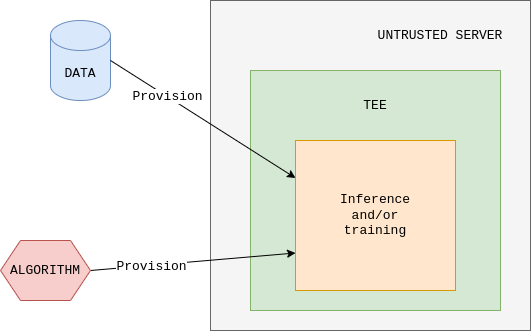
The draw.io diagram img/cc.png in ultravioletrs/website, before a commit. Source tidied: cells renumbered, new cells last; positions are measured from the earlier drawing's top-left corner, leaving out a move shared by most shapes. Source of this version:
```xml
<mxGraphModel>
  <root>
    <mxCell id="0" />
    <mxCell id="1" parent="0" />
    <mxCell id="2" style="rounded=0;whiteSpace=wrap;html=1;fillColor=#f5f5f5;fontColor=#333333;strokeColor=#666666;" parent="1" vertex="1">
      <mxGeometry x="210" width="320" height="330" as="geometry" />
    </mxCell>
    <mxCell id="3" style="rounded=0;whiteSpace=wrap;html=1;fillColor=#d5e8d4;strokeColor=#82b366;" parent="1" vertex="1">
      <mxGeometry x="250" y="70" width="250" height="240" as="geometry" />
    </mxCell>
    <mxCell id="4" value="DATA" style="shape=cylinder3;whiteSpace=wrap;html=1;boundedLbl=1;backgroundOutline=1;size=15;fontFamily=Courier New;fillColor=#dae8fc;strokeColor=#6c8ebf;fontSize=13;" parent="1" vertex="1">
      <mxGeometry x="50" y="20" width="60" height="80" as="geometry" />
    </mxCell>
    <mxCell id="5" value="&lt;font style=&quot;font-size: 13px;&quot;&gt;Inference&lt;br style=&quot;font-size: 13px;&quot;&gt;and/or&lt;br style=&quot;font-size: 13px;&quot;&gt;training&lt;/font&gt;" style="rounded=0;whiteSpace=wrap;html=1;fillColor=#ffe6cc;strokeColor=#d79b00;fontFamily=Courier New;fontSize=13;" parent="1" vertex="1">
      <mxGeometry x="295" y="140" width="160" height="150" as="geometry" />
    </mxCell>
    <mxCell id="6" style="rounded=0;jettySize=auto;html=1;exitX=1;exitY=0.5;exitDx=0;exitDy=0;exitPerimeter=0;entryX=0;entryY=0.25;entryDx=0;entryDy=0;" parent="1" edge="1" source="4" target="5">
      <mxGeometry relative="1" as="geometry" />
    </mxCell>
    <mxCell id="7" value="Provision" style="edgeLabel;html=1;align=center;verticalAlign=middle;fontFamily=Courier New;fontSize=13;" parent="6" vertex="1">
      <mxGeometry x="-0.38" relative="1" as="geometry" />
    </mxCell>
    <mxCell id="8" style="rounded=0;jettySize=auto;html=1;exitX=1;exitY=0.5;exitDx=0;exitDy=0;entryX=0;entryY=0.75;entryDx=0;entryDy=0;" parent="1" edge="1" source="10" target="5">
      <mxGeometry relative="1" as="geometry" />
    </mxCell>
    <mxCell id="9" value="Provision" style="edgeLabel;html=1;align=center;verticalAlign=middle;fontFamily=Courier New;fontSize=13;" parent="8" vertex="1">
      <mxGeometry x="-0.41" y="-1" relative="1" as="geometry" />
    </mxCell>
    <mxCell id="10" value="ALGORITHM" style="shape=hexagon;perimeter=hexagonPerimeter2;whiteSpace=wrap;html=1;fixedSize=1;fontFamily=Courier New;fillColor=#f8cecc;strokeColor=#b85450;fontSize=13;" parent="1" vertex="1">
      <mxGeometry y="240" width="90" height="60" as="geometry" />
    </mxCell>
    <mxCell id="11" value="TEE" style="text;html=1;strokeColor=none;fillColor=none;align=center;verticalAlign=middle;whiteSpace=wrap;rounded=0;fontFamily=Courier New;fontSize=13;" parent="1" vertex="1">
      <mxGeometry x="345" y="90" width="60" height="30" as="geometry" />
    </mxCell>
    <mxCell id="12" value="UNTRUSTED SERVER" style="text;html=1;strokeColor=none;fillColor=none;align=center;verticalAlign=middle;whiteSpace=wrap;rounded=0;fontFamily=Courier New;fontSize=13;" parent="1" vertex="1">
      <mxGeometry x="360" y="20" width="160" height="30" as="geometry" />
    </mxCell>
  </root>
</mxGraphModel>
```
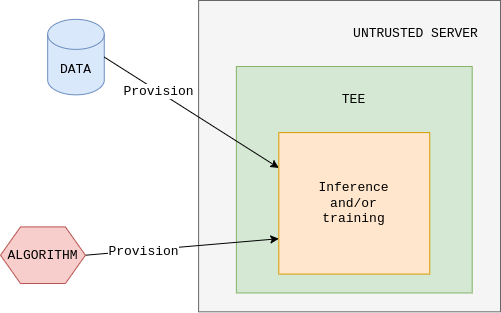
Later version of the same file.

Change to the diagram source:
```diff
@@ -2,38 +2,41 @@
   <root>
     <mxCell id="0" />
     <mxCell id="1" parent="0" />
+    <mxCell id="13" style="group;" parent="1" vertex="1">
+      <mxGeometry width="500" height="311.3" as="geometry" />
+    </mxCell>
-    <mxCell id="2" style="rounded=0;whiteSpace=wrap;html=1;fillColor=#f5f5f5;fontColor=#333333;strokeColor=#666666;" parent="1" vertex="1">
-      <mxGeometry x="210" width="320" height="330" as="geometry" />
+    <mxCell id="2" style="rounded=0;whiteSpace=wrap;html=1;fillColor=#f5f5f5;fontColor=#333333;strokeColor=#666666;" parent="13" vertex="1">
+      <mxGeometry x="198.1" width="301.9" height="311.3" as="geometry" />
     </mxCell>
-    <mxCell id="3" style="rounded=0;whiteSpace=wrap;html=1;fillColor=#d5e8d4;strokeColor=#82b366;" parent="1" vertex="1">
-      <mxGeometry x="250" y="70" width="250" height="240" as="geometry" />
+    <mxCell id="3" style="rounded=0;whiteSpace=wrap;html=1;fillColor=#d5e8d4;strokeColor=#82b366;" parent="13" vertex="1">
+      <mxGeometry x="235.8" y="66" width="235.8" height="226.4" as="geometry" />
     </mxCell>
-    <mxCell id="4" value="DATA" style="shape=cylinder3;whiteSpace=wrap;html=1;boundedLbl=1;backgroundOutline=1;size=15;fontFamily=Courier New;fillColor=#dae8fc;strokeColor=#6c8ebf;fontSize=13;" parent="1" vertex="1">
-      <mxGeometry x="50" y="20" width="60" height="80" as="geometry" />
+    <mxCell id="4" value="DATA" style="shape=cylinder3;whiteSpace=wrap;html=1;boundedLbl=1;backgroundOutline=1;size=15;fontFamily=Courier New;fillColor=#dae8fc;strokeColor=#6c8ebf;fontSize=13;" parent="13" vertex="1">
+      <mxGeometry x="47.2" y="18.9" width="56.6" height="75.5" as="geometry" />
     </mxCell>
-    <mxCell id="5" value="&lt;font style=&quot;font-size: 13px;&quot;&gt;Inference&lt;br style=&quot;font-size: 13px;&quot;&gt;and/or&lt;br style=&quot;font-size: 13px;&quot;&gt;training&lt;/font&gt;" style="rounded=0;whiteSpace=wrap;html=1;fillColor=#ffe6cc;strokeColor=#d79b00;fontFamily=Courier New;fontSize=13;" parent="1" vertex="1">
-      <mxGeometry x="295" y="140" width="160" height="150" as="geometry" />
+    <mxCell id="5" value="&lt;font style=&quot;font-size: 13px;&quot;&gt;Inference&lt;br style=&quot;font-size: 13px;&quot;&gt;and/or&lt;br style=&quot;font-size: 13px;&quot;&gt;training&lt;/font&gt;" style="rounded=0;whiteSpace=wrap;html=1;fillColor=#ffe6cc;strokeColor=#d79b00;fontFamily=Courier New;fontSize=13;" parent="13" vertex="1">
+      <mxGeometry x="278.3" y="132.1" width="150.9" height="141.5" as="geometry" />
     </mxCell>
-    <mxCell id="6" style="rounded=0;jettySize=auto;html=1;exitX=1;exitY=0.5;exitDx=0;exitDy=0;exitPerimeter=0;entryX=0;entryY=0.25;entryDx=0;entryDy=0;" parent="1" edge="1" source="4" target="5">
+    <mxCell id="6" style="rounded=0;jettySize=auto;html=1;exitX=1;exitY=0.5;exitDx=0;exitDy=0;exitPerimeter=0;entryX=0;entryY=0.25;entryDx=0;entryDy=0;" parent="13" edge="1" source="4" target="5">
       <mxGeometry relative="1" as="geometry" />
     </mxCell>
     <mxCell id="7" value="Provision" style="edgeLabel;html=1;align=center;verticalAlign=middle;fontFamily=Courier New;fontSize=13;" parent="6" vertex="1">
       <mxGeometry x="-0.38" relative="1" as="geometry" />
     </mxCell>
-    <mxCell id="8" style="rounded=0;jettySize=auto;html=1;exitX=1;exitY=0.5;exitDx=0;exitDy=0;entryX=0;entryY=0.75;entryDx=0;entryDy=0;" parent="1" edge="1" source="10" target="5">
+    <mxCell id="8" style="rounded=0;jettySize=auto;html=1;exitX=1;exitY=0.5;exitDx=0;exitDy=0;entryX=0;entryY=0.75;entryDx=0;entryDy=0;" parent="13" edge="1" source="10" target="5">
       <mxGeometry relative="1" as="geometry" />
     </mxCell>
     <mxCell id="9" value="Provision" style="edgeLabel;html=1;align=center;verticalAlign=middle;fontFamily=Courier New;fontSize=13;" parent="8" vertex="1">
       <mxGeometry x="-0.41" y="-1" relative="1" as="geometry" />
     </mxCell>
-    <mxCell id="10" value="ALGORITHM" style="shape=hexagon;perimeter=hexagonPerimeter2;whiteSpace=wrap;html=1;fixedSize=1;fontFamily=Courier New;fillColor=#f8cecc;strokeColor=#b85450;fontSize=13;" parent="1" vertex="1">
-      <mxGeometry y="240" width="90" height="60" as="geometry" />
+    <mxCell id="10" value="ALGORITHM" style="shape=hexagon;perimeter=hexagonPerimeter2;whiteSpace=wrap;html=1;fixedSize=1;fontFamily=Courier New;fillColor=#f8cecc;strokeColor=#b85450;fontSize=13;" parent="13" vertex="1">
+      <mxGeometry y="226.4" width="84.9" height="56.6" as="geometry" />
     </mxCell>
-    <mxCell id="11" value="TEE" style="text;html=1;strokeColor=none;fillColor=none;align=center;verticalAlign=middle;whiteSpace=wrap;rounded=0;fontFamily=Courier New;fontSize=13;" parent="1" vertex="1">
-      <mxGeometry x="345" y="90" width="60" height="30" as="geometry" />
+    <mxCell id="11" value="TEE" style="text;html=1;strokeColor=none;fillColor=none;align=center;verticalAlign=middle;whiteSpace=wrap;rounded=0;fontFamily=Courier New;fontSize=13;" parent="13" vertex="1">
+      <mxGeometry x="325.5" y="84.9" width="56.6" height="28.3" as="geometry" />
     </mxCell>
-    <mxCell id="12" value="UNTRUSTED SERVER" style="text;html=1;strokeColor=none;fillColor=none;align=center;verticalAlign=middle;whiteSpace=wrap;rounded=0;fontFamily=Courier New;fontSize=13;" parent="1" vertex="1">
-      <mxGeometry x="360" y="20" width="160" height="30" as="geometry" />
+    <mxCell id="12" value="UNTRUSTED SERVER" style="text;html=1;strokeColor=none;fillColor=none;align=center;verticalAlign=middle;whiteSpace=wrap;rounded=0;fontFamily=Courier New;fontSize=13;" parent="13" vertex="1">
+      <mxGeometry x="339.6" y="18.9" width="150.9" height="28.3" as="geometry" />
     </mxCell>
   </root>
 </mxGraphModel>
```
